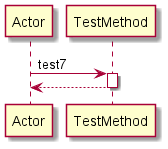
Before: Diagrams/SAFE/test7.png, a diagram exported from PlantUML (manucapo/Gardener). Its diagram source:
```plantuml
@startuml
participant Actor
Actor -> TestMethod: test7
activate TestMethod
return
@enduml
```
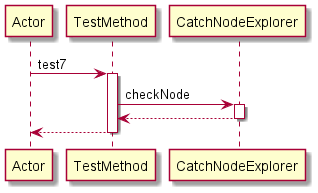
After the change.

What changed in the source:
```diff
@@ -2,5 +2,9 @@
 participant Actor
 Actor -> TestMethod: test7
 activate TestMethod
+TestMethod -> CatchNodeExplorer: checkNode
+activate CatchNodeExplorer
+CatchNodeExplorer-->TestMethod
+deactivate CatchNodeExplorer
 return
 @enduml
```
